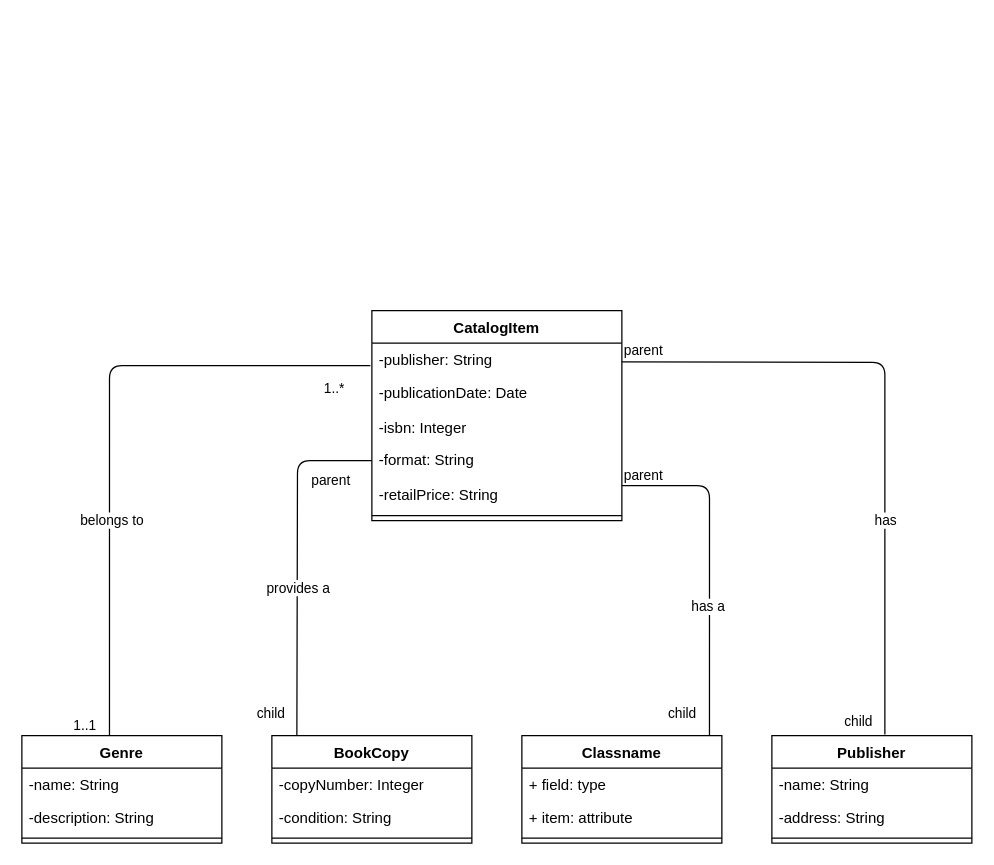
Earlier version of the draw.io diagram 2. Identify Associations Cole Hartman.drawio (Cole-Hartman/database-UML). Source tidied: cells renumbered, new cells numbered last; positions are measured from the earlier drawing's top-left corner, leaving out a move shared by most shapes. Both pictures are drawn from the tidied source at 125%, with x=0, y=0 at pixel (21, 310).
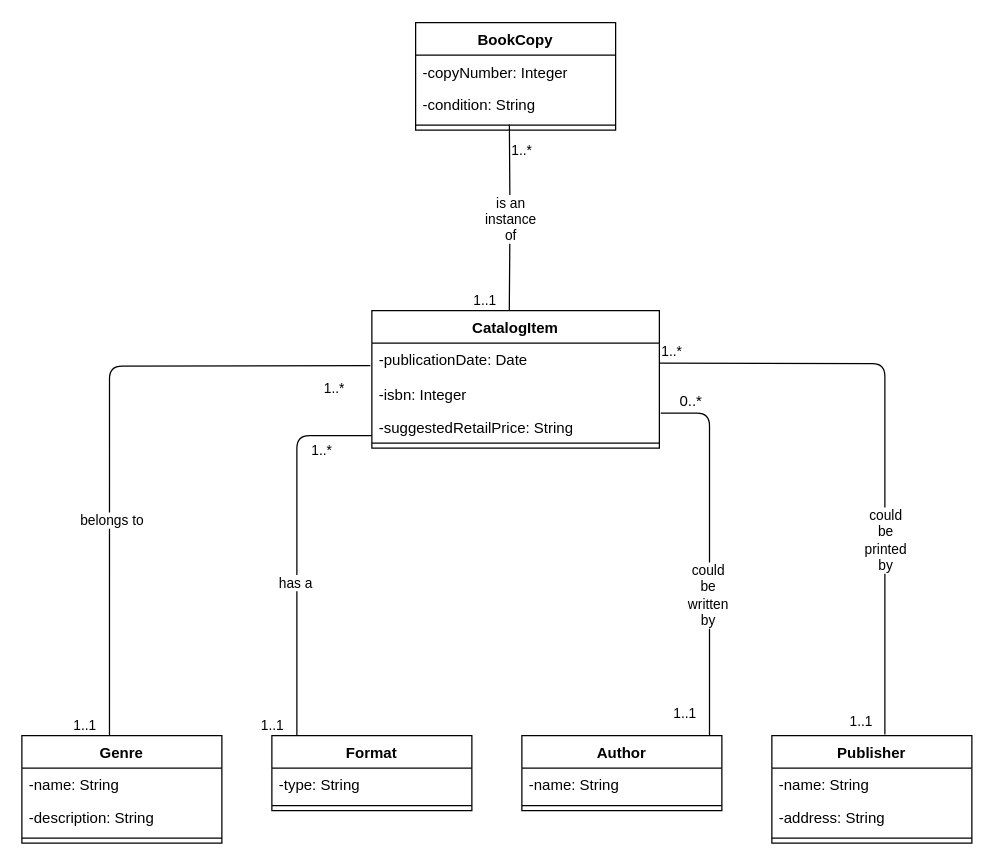
The same diagram, later.

The change refers to these unchanged cells:
```xml
<mxCell id="9" value="Publisher" style="swimlane;fontStyle=1;align=center;verticalAlign=top;horizontal=1;startSize=26;whiteSpace=wrap;html=1;" parent="1" vertex="1">
  <mxGeometry x="600" y="340" width="160" height="86" as="geometry" />
</mxCell>
<mxCell id="17" value="Genre" style="swimlane;fontStyle=1;align=center;verticalAlign=top;horizontal=1;startSize=26;whiteSpace=wrap;html=1;" parent="1" vertex="1">
  <mxGeometry y="340" width="160" height="86" as="geometry" />
</mxCell>
```

The edit, as a diff of the source:
```diff
@@
     <mxCell id="2" value="CatalogItem" style="swimlane;fontStyle=1;align=center;verticalAlign=top;horizontal=1;startSize=26;whiteSpace=wrap;html=1;" parent="1" vertex="1">
-      <mxGeometry x="280" width="200" height="168" as="geometry" />
+      <mxGeometry x="280" width="230" height="110" as="geometry" />
     </mxCell>
-    <mxCell id="3" value="-publisher: String" style="text;strokeColor=none;fillColor=none;align=left;verticalAlign=top;spacingLeft=4;spacingRight=4;overflow=hidden;points=[[0,0.5],[1,0.5]];portConstraint=eastwest;whiteSpace=wrap;html=1;" parent="2" vertex="1">
-      <mxGeometry y="26" width="200" height="26" as="geometry" />
-    </mxCell>
     <mxCell id="4" value="-publicationDate: Date" style="text;strokeColor=none;fillColor=none;align=left;verticalAlign=top;spacingLeft=4;spacingRight=4;overflow=hidden;whiteSpace=wrap;html=1;" parent="2" vertex="1">
-      <mxGeometry y="52" width="200" height="28" as="geometry" />
+      <mxGeometry y="26" width="230" height="28" as="geometry" />
     </mxCell>
     <mxCell id="5" value="-isbn: Integer" style="text;strokeColor=none;fillColor=none;align=left;verticalAlign=top;spacingLeft=4;spacingRight=4;overflow=hidden;whiteSpace=wrap;html=1;" parent="2" vertex="1">
-      <mxGeometry y="80" width="200" height="26" as="geometry" />
+      <mxGeometry y="54" width="230" height="26" as="geometry" />
     </mxCell>
-    <mxCell id="6" value="-format: String" style="text;strokeColor=none;fillColor=none;align=left;verticalAlign=top;spacingLeft=4;spacingRight=4;overflow=hidden;points=[[0,0.5],[1,0.5]];portConstraint=eastwest;whiteSpace=wrap;html=1;" parent="2" vertex="1">
-      <mxGeometry y="106" width="200" height="28" as="geometry" />
-    </mxCell>
+    <mxCell id="41" style="endArrow=none;html=1;edgeStyle=orthogonalEdgeStyle;rounded=1;curved=0;entryX=0.125;entryY=0;entryDx=0;entryDy=0;entryPerimeter=0;" parent="2" edge="1" target="49">
+      <mxGeometry relative="1" as="geometry">
+        <mxPoint y="100" as="sourcePoint" />
+        <Array as="points">
+          <mxPoint x="-60" y="100" />
+        </Array>
+      </mxGeometry>
+    </mxCell>
+    <mxCell id="42" value="1..*" style="edgeLabel;html=1;align=left;verticalAlign=bottom;" parent="41" vertex="1">
+      <mxGeometry x="-1" relative="1" as="geometry">
+        <mxPoint x="-50" y="20" as="offset" />
+      </mxGeometry>
+    </mxCell>
+    <mxCell id="43" value="1..1" style="edgeLabel;html=1;align=right;verticalAlign=bottom;" parent="41" vertex="1">
+      <mxGeometry x="1" relative="1" as="geometry">
+        <mxPoint x="-10" as="offset" />
+      </mxGeometry>
+    </mxCell>
+    <mxCell id="44" value="has a" style="edgeLabel;html=1;align=center;verticalAlign=middle;" parent="41" vertex="1">
+      <mxGeometry x="0.18" y="-2" relative="1" as="geometry" />
+    </mxCell>
-    <mxCell id="7" value="-retailPrice: String" style="text;strokeColor=none;fillColor=none;align=left;verticalAlign=top;spacingLeft=4;spacingRight=4;overflow=hidden;whiteSpace=wrap;html=1;" parent="2" vertex="1">
-      <mxGeometry y="134" width="200" height="26" as="geometry" />
+    <mxCell id="7" value="-suggestedRetailPrice: String" style="text;strokeColor=none;fillColor=none;align=left;verticalAlign=top;spacingLeft=4;spacingRight=4;overflow=hidden;whiteSpace=wrap;html=1;" parent="2" vertex="1">
+      <mxGeometry y="80" width="230" height="22" as="geometry" />
     </mxCell>
     <mxCell id="8" style="line;strokeWidth=1;fillColor=none;align=left;verticalAlign=middle;spacingTop=-1;spacingLeft=3;spacingRight=3;labelPosition=right;strokeColor=inherit;" parent="2" vertex="1">
-      <mxGeometry y="160" width="200" height="8" as="geometry" />
+      <mxGeometry y="102" width="230" height="8" as="geometry" />
     </mxCell>
@@
     <mxCell id="13" style="endArrow=none;html=1;edgeStyle=orthogonalEdgeStyle;rounded=1;curved=0;entryX=0.565;entryY=-0.01;entryDx=0;entryDy=0;entryPerimeter=0;" parent="1" edge="1" target="9">
       <mxGeometry relative="1" as="geometry">
-        <mxPoint x="480" y="41" as="sourcePoint" />
+        <mxPoint x="510" y="42" as="sourcePoint" />
       </mxGeometry>
     </mxCell>
-    <mxCell id="14" value="parent" style="edgeLabel;html=1;align=left;verticalAlign=bottom;" parent="13" vertex="1">
+    <mxCell id="14" value="1..*" style="edgeLabel;html=1;align=left;verticalAlign=bottom;" parent="13" vertex="1">
       <mxGeometry x="-1" relative="1" as="geometry">
         <mxPoint y="-1" as="offset" />
       </mxGeometry>
     </mxCell>
-    <mxCell id="15" value="child" style="edgeLabel;html=1;align=right;verticalAlign=bottom;" parent="13" vertex="1">
+    <mxCell id="15" value="1..1" style="edgeLabel;html=1;align=right;verticalAlign=bottom;" parent="13" vertex="1">
       <mxGeometry x="1" relative="1" as="geometry">
         <mxPoint x="-9" y="-2" as="offset" />
       </mxGeometry>
     </mxCell>
-    <mxCell id="16" value="has" style="edgeLabel;html=1;align=center;verticalAlign=middle;" parent="13" vertex="1">
+    <mxCell id="16" value="could&lt;br&gt;be&lt;br&gt;printed&lt;br&gt;by" style="edgeLabel;html=1;align=center;verticalAlign=middle;" parent="13" vertex="1">
       <mxGeometry relative="1" as="geometry">
         <mxPoint y="82" as="offset" />
       </mxGeometry>
     </mxCell>
@@
-    <mxCell id="21" style="endArrow=none;html=1;edgeStyle=orthogonalEdgeStyle;rounded=1;exitX=-0.006;exitY=0.69;exitDx=0;exitDy=0;exitPerimeter=0;entryX=0.438;entryY=0;entryDx=0;entryDy=0;entryPerimeter=0;curved=0;" parent="1" edge="1" source="3" target="17">
-      <mxGeometry relative="1" as="geometry" />
+    <mxCell id="21" style="endArrow=none;html=1;edgeStyle=orthogonalEdgeStyle;rounded=1;exitX=-0.006;exitY=0.69;exitDx=0;exitDy=0;exitPerimeter=0;entryX=0.438;entryY=0;entryDx=0;entryDy=0;entryPerimeter=0;curved=0;" parent="1" edge="1" target="17">
+      <mxGeometry relative="1" as="geometry">
+        <mxPoint x="278.8" y="43.9" as="sourcePoint" />
+      </mxGeometry>
     </mxCell>
@@
     <mxCell id="25" value="BookCopy" style="swimlane;fontStyle=1;align=center;verticalAlign=top;horizontal=1;startSize=26;whiteSpace=wrap;html=1;" parent="1" vertex="1">
-      <mxGeometry x="200" y="340" width="160" height="86" as="geometry" />
+      <mxGeometry x="315" y="-230.5" width="160" height="86" as="geometry" />
     </mxCell>
@@
-    <mxCell id="29" style="endArrow=none;html=1;edgeStyle=orthogonalEdgeStyle;rounded=1;curved=0;exitX=0;exitY=0.5;exitDx=0;exitDy=0;" parent="1" edge="1" source="6">
-      <mxGeometry relative="1" as="geometry">
-        <mxPoint x="220" y="340" as="targetPoint" />
-      </mxGeometry>
-    </mxCell>
-    <mxCell id="30" value="parent" style="edgeLabel;html=1;align=left;verticalAlign=bottom;" parent="29" vertex="1">
-      <mxGeometry x="-1" relative="1" as="geometry">
-        <mxPoint x="-50" y="24" as="offset" />
-      </mxGeometry>
-    </mxCell>
-    <mxCell id="31" value="child" style="edgeLabel;html=1;align=right;verticalAlign=bottom;" parent="29" vertex="1">
-      <mxGeometry x="1" relative="1" as="geometry">
-        <mxPoint x="-9" y="-10" as="offset" />
-      </mxGeometry>
-    </mxCell>
-    <mxCell id="32" value="provides a" style="edgeLabel;html=1;align=center;verticalAlign=middle;" parent="29" vertex="1">
-      <mxGeometry x="-0.11" relative="1" as="geometry">
-        <mxPoint y="37" as="offset" />
-      </mxGeometry>
-    </mxCell>
+    <mxCell id="45" style="endArrow=none;html=1;edgeStyle=orthogonalEdgeStyle;rounded=0;entryX=0.478;entryY=0;entryDx=0;entryDy=0;entryPerimeter=0;" parent="25" edge="1" target="2">
+      <mxGeometry relative="1" as="geometry">
+        <mxPoint x="75" y="81.7" as="sourcePoint" />
+      </mxGeometry>
+    </mxCell>
+    <mxCell id="46" value="1..*" style="edgeLabel;html=1;align=left;verticalAlign=bottom;" parent="45" vertex="1">
+      <mxGeometry x="-1" relative="1" as="geometry">
+        <mxPoint y="29" as="offset" />
+      </mxGeometry>
+    </mxCell>
+    <mxCell id="47" value="1..1" style="edgeLabel;html=1;align=right;verticalAlign=bottom;" parent="45" vertex="1">
+      <mxGeometry x="1" relative="1" as="geometry">
+        <mxPoint x="-10" as="offset" />
+      </mxGeometry>
+    </mxCell>
+    <mxCell id="48" value="is an&lt;br&gt;instance&lt;br&gt;of" style="edgeLabel;html=1;align=center;verticalAlign=middle;" parent="45" vertex="1">
+      <mxGeometry y="1" relative="1" as="geometry">
+        <mxPoint y="-1" as="offset" />
+      </mxGeometry>
+    </mxCell>
-    <mxCell id="33" value="Classname" style="swimlane;fontStyle=1;align=center;verticalAlign=top;horizontal=1;startSize=26;whiteSpace=wrap;html=1;" parent="1" vertex="1">
-      <mxGeometry x="400" y="340" width="160" height="86" as="geometry" />
+    <mxCell id="33" value="Author" style="swimlane;fontStyle=1;align=center;verticalAlign=top;horizontal=1;startSize=26;whiteSpace=wrap;html=1;" parent="1" vertex="1">
+      <mxGeometry x="400" y="340" width="160" height="60" as="geometry" />
     </mxCell>
-    <mxCell id="34" value="+ field: type" style="text;strokeColor=none;fillColor=none;align=left;verticalAlign=top;spacingLeft=4;spacingRight=4;overflow=hidden;whiteSpace=wrap;html=1;" parent="33" vertex="1">
+    <mxCell id="34" value="-name: String" style="text;strokeColor=none;fillColor=none;align=left;verticalAlign=top;spacingLeft=4;spacingRight=4;overflow=hidden;whiteSpace=wrap;html=1;" parent="33" vertex="1">
       <mxGeometry y="26" width="160" height="26" as="geometry" />
     </mxCell>
-    <mxCell id="35" value="+ item: attribute" style="text;strokeColor=none;fillColor=none;align=left;verticalAlign=top;spacingLeft=4;spacingRight=4;overflow=hidden;whiteSpace=wrap;html=1;" parent="33" vertex="1">
-      <mxGeometry y="52" width="160" height="26" as="geometry" />
-    </mxCell>
     <mxCell id="36" style="line;strokeWidth=1;fillColor=none;align=left;verticalAlign=middle;spacingTop=-1;spacingLeft=3;spacingRight=3;labelPosition=right;strokeColor=inherit;" parent="33" vertex="1">
-      <mxGeometry y="78" width="160" height="8" as="geometry" />
+      <mxGeometry y="52" width="160" height="8" as="geometry" />
     </mxCell>
-    <mxCell id="37" style="endArrow=none;html=1;edgeStyle=orthogonalEdgeStyle;rounded=1;entryX=0.938;entryY=0;entryDx=0;entryDy=0;entryPerimeter=0;curved=0;" parent="1" edge="1" target="33">
+    <mxCell id="37" style="endArrow=none;html=1;edgeStyle=orthogonalEdgeStyle;rounded=1;entryX=0.938;entryY=0;entryDx=0;entryDy=0;entryPerimeter=0;curved=0;exitX=1.005;exitY=0.091;exitDx=0;exitDy=0;exitPerimeter=0;" parent="1" edge="1">
       <mxGeometry relative="1" as="geometry">
-        <mxPoint x="480" y="140" as="sourcePoint" />
+        <mxPoint x="511.1" y="82" as="sourcePoint" />
+        <mxPoint x="550.1" y="340" as="targetPoint" />
         <Array as="points">
-          <mxPoint x="550" y="140" />
+          <mxPoint x="550" y="82" />
         </Array>
       </mxGeometry>
     </mxCell>
-    <mxCell id="38" value="parent" style="edgeLabel;html=1;align=left;verticalAlign=bottom;" parent="37" vertex="1">
-      <mxGeometry x="-1" relative="1" as="geometry" />
-    </mxCell>
-    <mxCell id="39" value="child" style="edgeLabel;html=1;align=right;verticalAlign=bottom;" parent="37" vertex="1">
+    <mxCell id="39" value="1..1" style="edgeLabel;html=1;align=right;verticalAlign=bottom;" parent="37" vertex="1">
       <mxGeometry x="1" relative="1" as="geometry">
         <mxPoint x="-10" y="-10" as="offset" />
       </mxGeometry>
     </mxCell>
-    <mxCell id="40" value="has a" style="edgeLabel;html=1;align=center;verticalAlign=middle;" parent="37" vertex="1">
+    <mxCell id="40" value="could&lt;br&gt;be&lt;br&gt;written&lt;br&gt;by" style="edgeLabel;html=1;align=center;verticalAlign=middle;" parent="37" vertex="1">
       <mxGeometry x="0.24" y="-2" relative="1" as="geometry" />
     </mxCell>
+    <mxCell id="49" value="Format" style="swimlane;fontStyle=1;align=center;verticalAlign=top;horizontal=1;startSize=26;whiteSpace=wrap;html=1;" parent="1" vertex="1">
+      <mxGeometry x="200" y="340" width="160" height="60" as="geometry" />
+    </mxCell>
+    <mxCell id="50" value="-type: String" style="text;strokeColor=none;fillColor=none;align=left;verticalAlign=top;spacingLeft=4;spacingRight=4;overflow=hidden;whiteSpace=wrap;html=1;" parent="49" vertex="1">
+      <mxGeometry y="26" width="160" height="26" as="geometry" />
+    </mxCell>
+    <mxCell id="51" style="line;strokeWidth=1;fillColor=none;align=left;verticalAlign=middle;spacingTop=-1;spacingLeft=3;spacingRight=3;labelPosition=right;strokeColor=inherit;" parent="49" vertex="1">
+      <mxGeometry y="52" width="160" height="8" as="geometry" />
+    </mxCell>
+    <mxCell id="52" value="0..*" style="text;html=1;align=center;verticalAlign=middle;strokeColor=none;fillColor=none;" parent="1" vertex="1">
+      <mxGeometry x="510" y="58" width="50" height="30" as="geometry" />
+    </mxCell>
```
